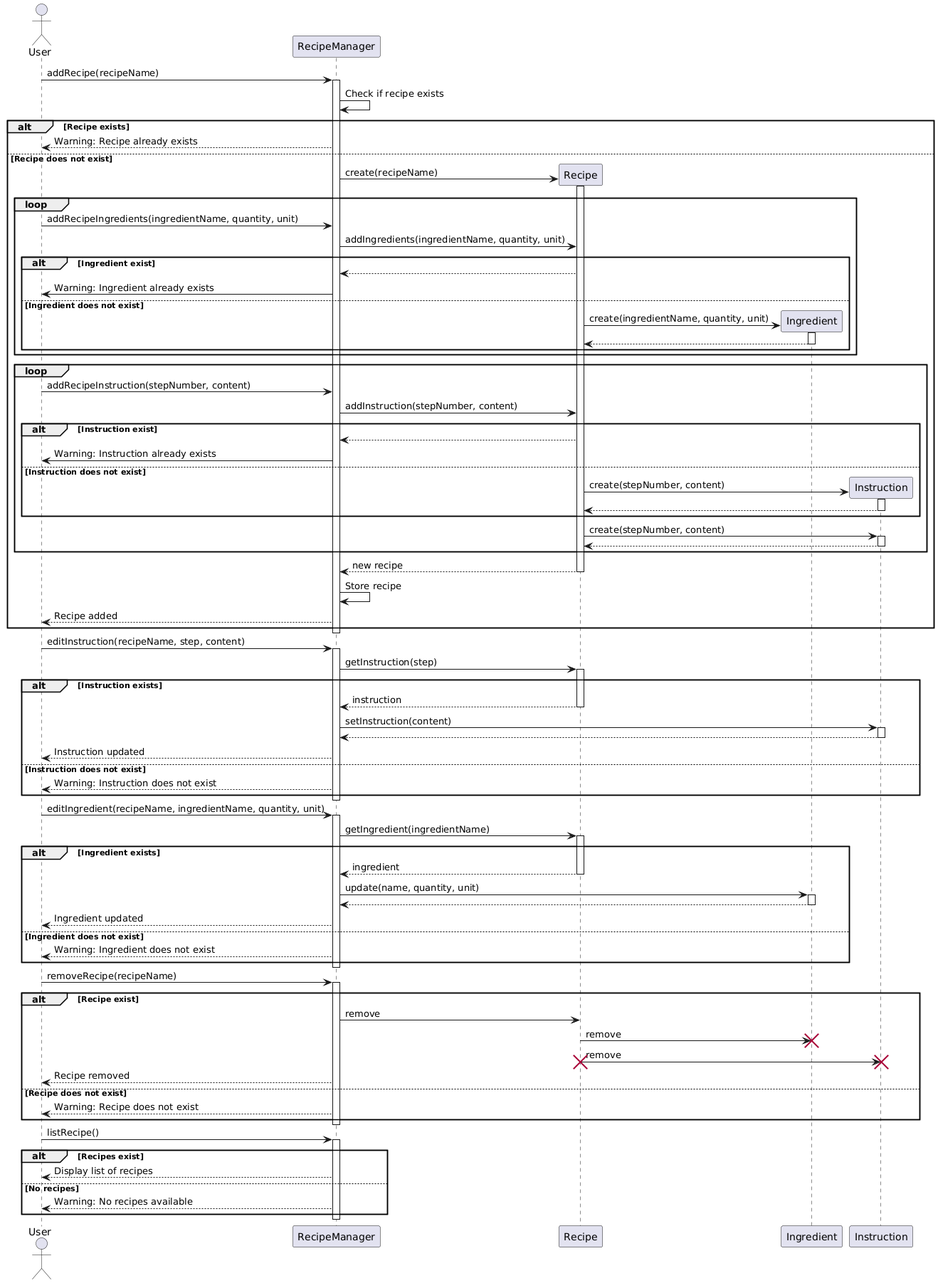
This is docs/Recipe_Sequence_Diagram.png from yok2086/tp, a PlantUML export, as it was before one commit.
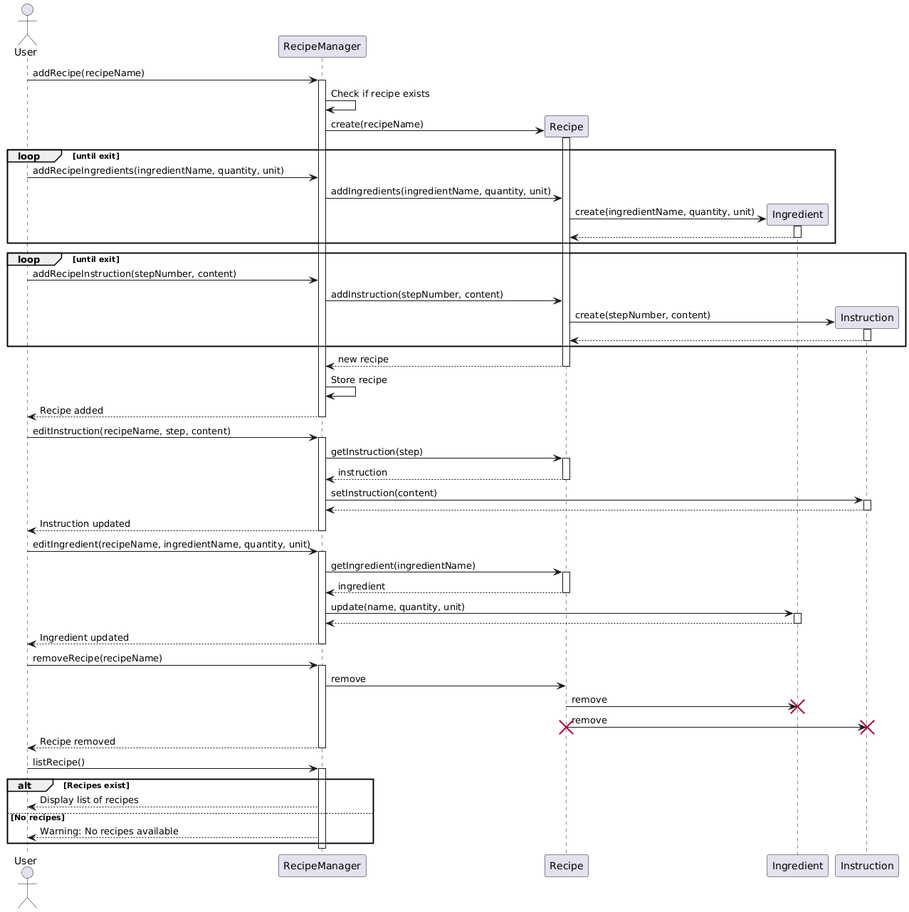
The same file after the commit.

Commit message:
Remove error handling in Recipe Sequence Diagram

Change to the diagram source:
```diff
@@ -9,50 +9,32 @@
 activate RecipeManager
 RecipeManager -> RecipeManager: Check if recipe exists
 
-alt Recipe exists
-    RecipeManager --> User: Warning: Recipe already exists
-else Recipe does not exist
-    create Recipe
-    RecipeManager -> Recipe: create(recipeName)
-    activate Recipe
-    loop
-      User -> RecipeManager: addRecipeIngredients(ingredientName, quantity, unit)
-      RecipeManager -> Recipe: addIngredients(ingredientName, quantity, unit)
-      alt Ingredient exist
-        Recipe --> RecipeManager
-        RecipeManager -> User: Warning: Ingredient already exists
-      else Ingredient does not exist
-        create Ingredient
-        Recipe -> Ingredient: create(ingredientName, quantity, unit)
-        activate Ingredient
-        Ingredient --> Recipe
-        deactivate Ingredient
-      end
-    end
-    loop
-      User -> RecipeManager: addRecipeInstruction(stepNumber, content)
-      RecipeManager -> Recipe: addInstruction(stepNumber, content)
-      alt Instruction exist
-        Recipe --> RecipeManager
-        RecipeManager -> User: Warning: Instruction already exists
-      else Instruction does not exist
-        create Instruction
-        Recipe -> Instruction: create(stepNumber, content)
-        activate Instruction
-        Instruction --> Recipe
-        deactivate Instruction
-      end
-      Recipe -> Instruction: create(stepNumber, content)
-      activate Instruction
-      Instruction --> Recipe
-      deactivate Instruction
-    end
-    Recipe --> RecipeManager: new recipe
-    deactivate Recipe
-    RecipeManager -> RecipeManager: Store recipe
-    RecipeManager --> User: Recipe added
-    deactivate Recipe
+create Recipe
+RecipeManager -> Recipe: create(recipeName)
+activate Recipe
+loop until exit
+  User -> RecipeManager: addRecipeIngredients(ingredientName, quantity, unit)
+  RecipeManager -> Recipe: addIngredients(ingredientName, quantity, unit)
+  create Ingredient
+  Recipe -> Ingredient: create(ingredientName, quantity, unit)
+  activate Ingredient
+  Ingredient --> Recipe
+  deactivate Ingredient
 end
+loop until exit
+  User -> RecipeManager: addRecipeInstruction(stepNumber, content)
+  RecipeManager -> Recipe: addInstruction(stepNumber, content)
+  create Instruction
+  Recipe -> Instruction: create(stepNumber, content)
+  activate Instruction
+  Instruction --> Recipe
+  deactivate Instruction
+end
+Recipe --> RecipeManager: new recipe
+deactivate Recipe
+RecipeManager -> RecipeManager: Store recipe
+RecipeManager --> User: Recipe added
+deactivate Recipe
 deactivate RecipeManager
 
 User -> RecipeManager: editInstruction(recipeName, step, content)
@@ -61,18 +43,13 @@
 activate Recipe
 
 
-alt Instruction exists
-    Recipe --> RecipeManager: instruction
-    deactivate Recipe
-    RecipeManager -> Instruction: setInstruction(content)
-    activate Instruction
-    Instruction --> RecipeManager
-    deactivate Instruction
-    RecipeManager --> User: Instruction updated
-else Instruction does not exist
-    deactivate Recipe
-    RecipeManager --> User: Warning: Instruction does not exist
-end
+Recipe --> RecipeManager: instruction
+deactivate Recipe
+RecipeManager -> Instruction: setInstruction(content)
+activate Instruction
+Instruction --> RecipeManager
+deactivate Instruction
+RecipeManager --> User: Instruction updated
 deactivate RecipeManager
 
 User -> RecipeManager: editIngredient(recipeName, ingredientName, quantity, unit)
@@ -80,33 +57,24 @@
 RecipeManager -> Recipe: getIngredient(ingredientName)
 activate Recipe
 
-alt Ingredient exists
-    Recipe --> RecipeManager: ingredient
-    deactivate Recipe
-    RecipeManager -> Ingredient: update(name, quantity, unit)
-    activate Ingredient
-    Ingredient --> RecipeManager
-    deactivate Ingredient
-    RecipeManager --> User: Ingredient updated
-else Ingredient does not exist
-    deactivate Recipe
-    RecipeManager --> User: Warning: Ingredient does not exist
-end
+Recipe --> RecipeManager: ingredient
+deactivate Recipe
+RecipeManager -> Ingredient: update(name, quantity, unit)
+activate Ingredient
+Ingredient --> RecipeManager
+deactivate Ingredient
+RecipeManager --> User: Ingredient updated
 deactivate RecipeManager
 
 User -> RecipeManager: removeRecipe(recipeName)
 activate RecipeManager
-alt Recipe exist
-    RecipeManager -> Recipe: remove
-    Recipe -> Ingredient: remove
-    destroy Ingredient
-    Recipe -> Instruction: remove
-    destroy Instruction
-    destroy Recipe
-    RecipeManager --> User: Recipe removed
-else Recipe does not exist
-    RecipeManager --> User: Warning: Recipe does not exist
-end
+RecipeManager -> Recipe: remove
+Recipe -> Ingredient: remove
+destroy Ingredient
+Recipe -> Instruction: remove
+destroy Instruction
+destroy Recipe
+RecipeManager --> User: Recipe removed
 deactivate RecipeManager
 
 User -> RecipeManager: listRecipe()
```
